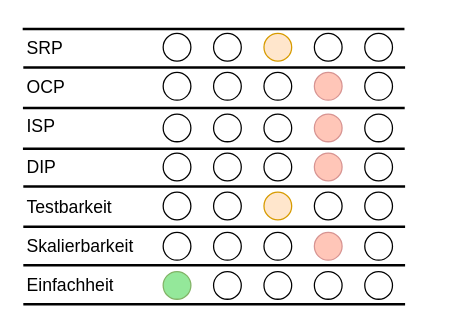
Before: tex/img/SchichtenarchitekturBewertung.drawio in xThale/Seminararbeit, a draw.io diagram. Source tidied: cells renumbered, new cells numbered last; positions are measured from the earlier drawing's top-left corner, leaving out a move shared by most shapes. Both pictures are drawn from the tidied source at 126%, with x=0, y=0 at pixel (24, -163).
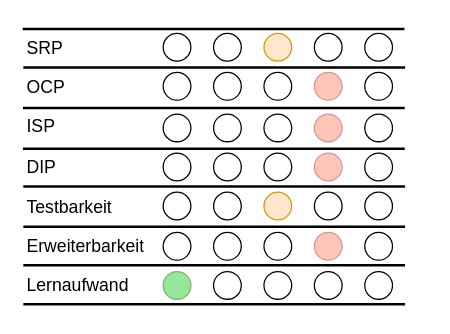
Above is the later version.

Unchanged cells that the change refers to:
```xml
<mxCell id="18" style="shape=partialRectangle;html=1;whiteSpace=wrap;fillColor=none;top=0;left=0;bottom=0;right=0;fontSize=22;" parent="2" vertex="1">
  <mxGeometry y="158" width="320" height="30" as="geometry" />
</mxCell>
<mxCell id="21" style="shape=partialRectangle;html=1;whiteSpace=wrap;fillColor=none;top=0;left=0;bottom=0;right=0;fontSize=22;" parent="2" vertex="1">
  <mxGeometry y="188" width="320" height="32" as="geometry" />
</mxCell>
```

What changed in the source:
```diff
@@
-    <mxCell id="19" value="Skalierbarkeit" style="shape=partialRectangle;html=1;whiteSpace=wrap;fillColor=none;top=0;left=0;bottom=0;right=0;overflow=hidden;fontSize=14;align=left;" parent="18" vertex="1">
+    <mxCell id="19" value="Erweiterbarkeit" style="shape=partialRectangle;html=1;whiteSpace=wrap;fillColor=none;top=0;left=0;bottom=0;right=0;overflow=hidden;fontSize=14;align=left;" parent="18" vertex="1">
       <mxGeometry width="100" height="30" as="geometry" />
     </mxCell>
@@
-    <mxCell id="22" value="Einfachheit" style="shape=partialRectangle;html=1;whiteSpace=wrap;fillColor=none;top=0;left=0;bottom=0;right=0;overflow=hidden;fontSize=14;align=left;" parent="21" vertex="1">
+    <mxCell id="22" value="Lernaufwand" style="shape=partialRectangle;html=1;whiteSpace=wrap;fillColor=none;top=0;left=0;bottom=0;right=0;overflow=hidden;fontSize=14;align=left;" parent="21" vertex="1">
       <mxGeometry width="100" height="32" as="geometry" />
     </mxCell>
```
